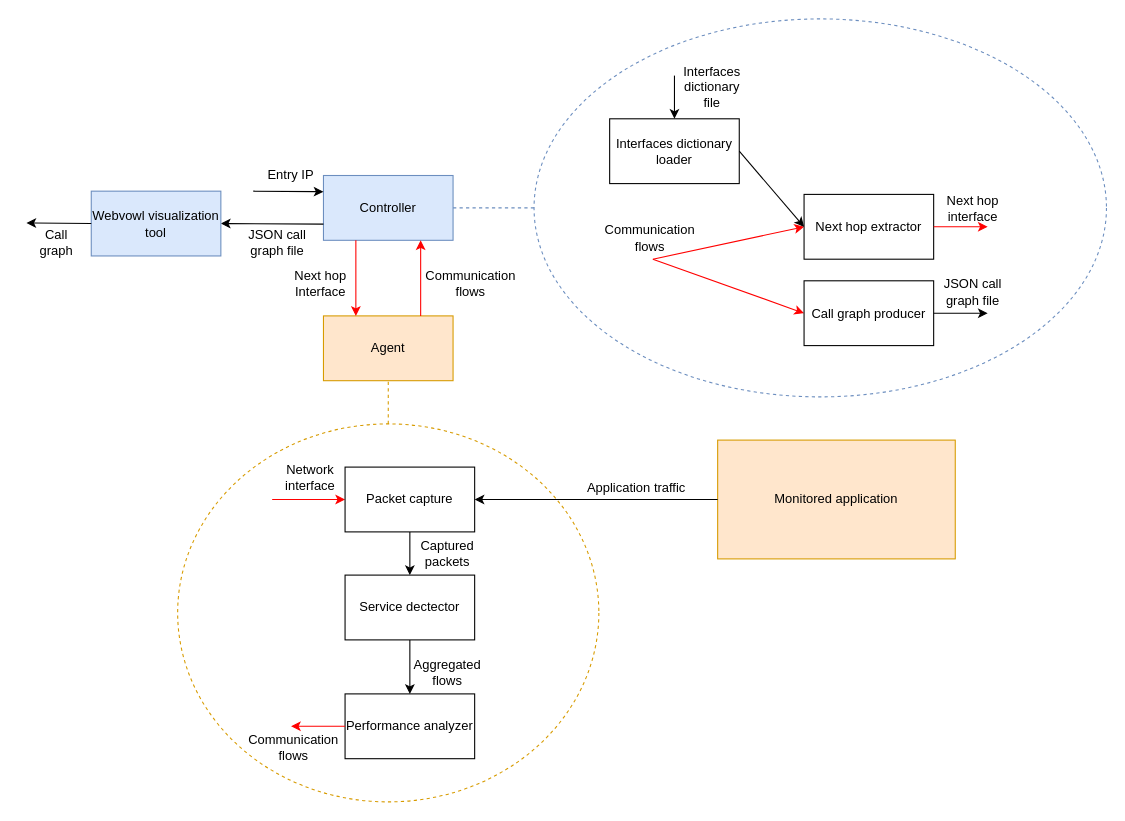
Earlier version of the draw.io diagram page "live" (2 of 4) of diagrams/DyMonD Architecture.drawio (aaronlohner/DyMonD). Source tidied: cells renumbered, new cells numbered last; positions are measured from the earlier drawing's top-left corner, leaving out a move shared by most shapes. Both pictures are drawn from the tidied source at 108%, with x=0, y=0 at pixel (26, 18).
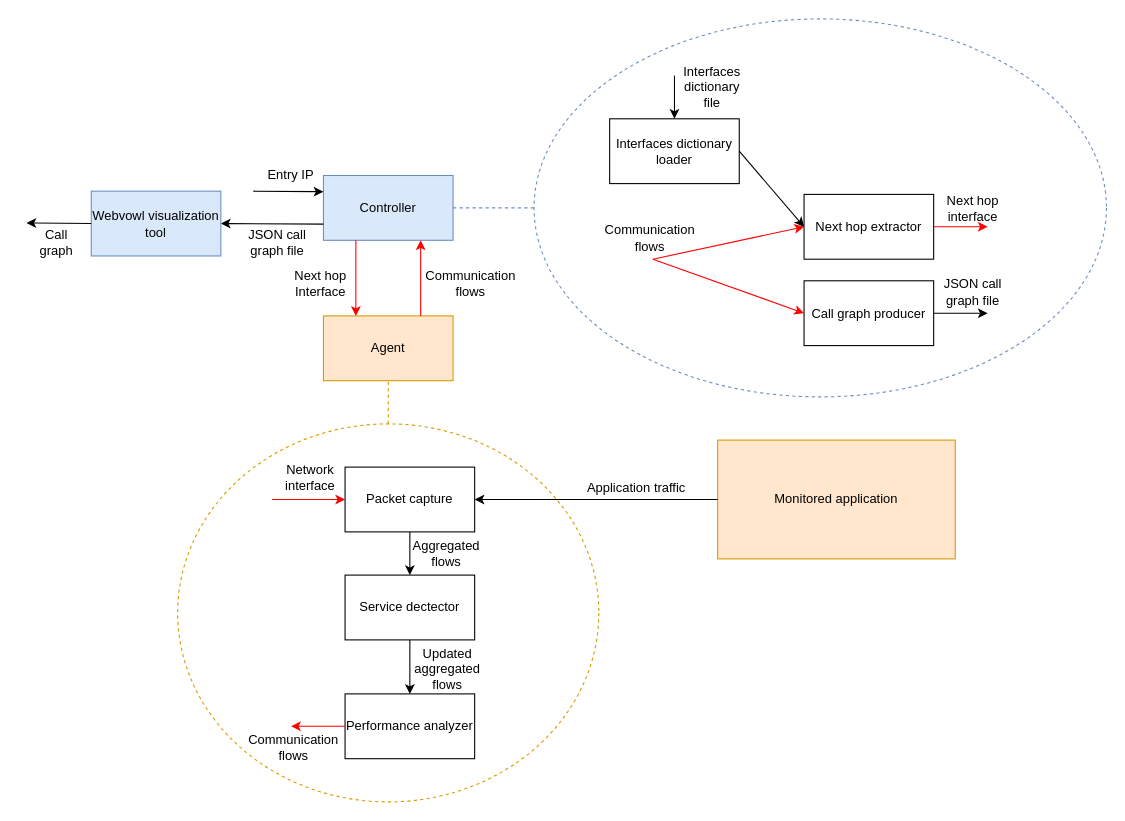
The same diagram, later.

What changed in the source:
```diff
@@
-    <mxCell id="41" value="Captured packets" style="text;html=1;strokeColor=none;fillColor=none;align=center;verticalAlign=middle;whiteSpace=wrap;rounded=0;dashed=1;" parent="1" vertex="1">
-      <mxGeometry x="365" y="485" width="50" height="20" as="geometry" />
-    </mxCell>
-    <mxCell id="42" value="Aggregated flows" style="text;html=1;strokeColor=none;fillColor=none;align=center;verticalAlign=middle;whiteSpace=wrap;rounded=0;dashed=1;" parent="1" vertex="1">
-      <mxGeometry x="365" y="595" width="50" height="20" as="geometry" />
+    <mxCell id="42" value="Updated&lt;br&gt;aggregated flows" style="text;html=1;strokeColor=none;fillColor=none;align=center;verticalAlign=middle;whiteSpace=wrap;rounded=0;dashed=1;" parent="1" vertex="1">
+      <mxGeometry x="365" y="592" width="50" height="20" as="geometry" />
     </mxCell>
@@
+    <mxCell id="46" value="Aggregated flows" style="text;html=1;strokeColor=none;fillColor=none;align=center;verticalAlign=middle;whiteSpace=wrap;rounded=0;dashed=1;" parent="1" vertex="1">
+      <mxGeometry x="364" y="485" width="50" height="20" as="geometry" />
+    </mxCell>
```
